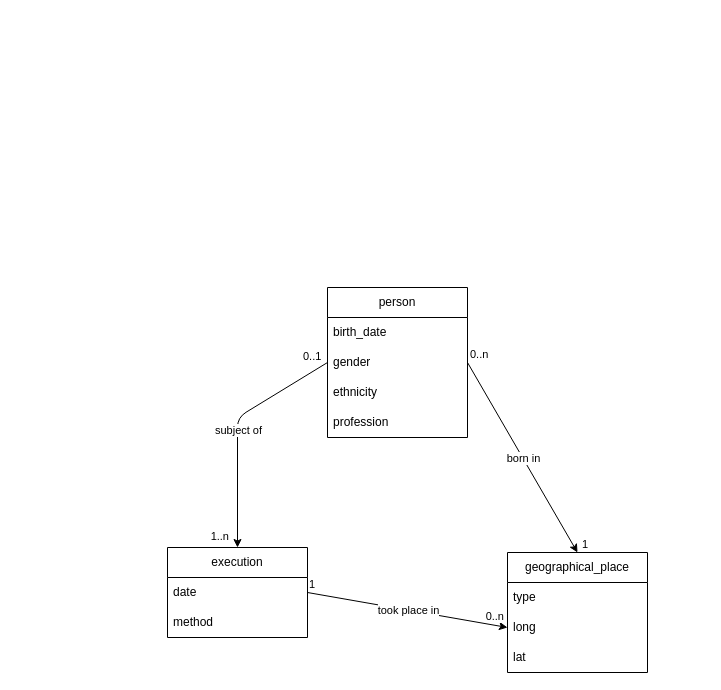
Earlier version of the draw.io diagram documentation/diagramme.drawio (felileg/HN1_unine_2026). Source tidied: cells renumbered, new cells numbered last; positions are measured from the earlier drawing's top-left corner, leaving out a move shared by most shapes. Both pictures are drawn from the tidied source at 100%, with x=0, y=0 at pixel (167, 287).
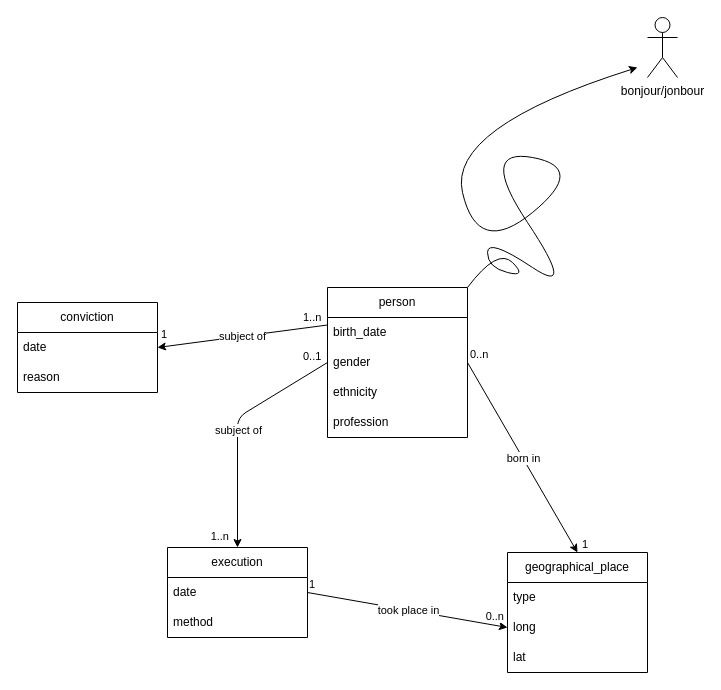
The same diagram, later.

Unchanged cells that the change refers to:
```xml
<mxCell id="6" value="person" style="swimlane;fontStyle=0;horizontal=1;startSize=30;whiteSpace=wrap;html=1;" parent="1" vertex="1">
  <mxGeometry x="160" width="140" height="150" as="geometry" />
</mxCell>
```

The edit, as a diff of the source:
```diff
@@
+    <mxCell id="26" value="conviction" style="swimlane;fontStyle=0;horizontal=1;startSize=30;whiteSpace=wrap;html=1;" parent="1" vertex="1">
+      <mxGeometry x="-150" y="15" width="140" height="90" as="geometry" />
+    </mxCell>
+    <mxCell id="27" value="date" style="text;strokeColor=none;fillColor=none;align=left;verticalAlign=middle;spacingLeft=4;spacingRight=4;overflow=hidden;points=[[0,0.5],[1,0.5]];portConstraint=eastwest;whiteSpace=wrap;html=1;" parent="26" vertex="1">
+      <mxGeometry y="30" width="140" height="30" as="geometry" />
+    </mxCell>
+    <mxCell id="28" value="reason" style="text;strokeColor=none;fillColor=none;align=left;verticalAlign=middle;spacingLeft=4;spacingRight=4;overflow=hidden;whiteSpace=wrap;html=1;" parent="26" vertex="1">
+      <mxGeometry y="60" width="140" height="30" as="geometry" />
+    </mxCell>
+    <mxCell id="29" value="bonjour/jonbour" style="shape=umlActor;verticalLabelPosition=bottom;verticalAlign=top;html=1;" parent="1" vertex="1">
+      <mxGeometry x="480" y="-270" width="30" height="60" as="geometry" />
+    </mxCell>
+    <mxCell id="30" style="curved=1;endArrow=classic;html=1;" parent="1" edge="1">
+      <mxGeometry relative="1" as="geometry">
+        <mxPoint x="300" as="sourcePoint" />
+        <mxPoint x="470" y="-220" as="targetPoint" />
+        <Array as="points">
+          <mxPoint x="330" y="-40" />
+          <mxPoint x="360" y="-10" />
+          <mxPoint x="320" y="-20" />
+          <mxPoint x="320" y="-50" />
+          <mxPoint x="410" y="10" />
+          <mxPoint x="310" y="-140" />
+          <mxPoint x="420" y="-120" />
+          <mxPoint x="310" y="-30" />
+          <mxPoint x="280" y="-160" />
+        </Array>
+      </mxGeometry>
+    </mxCell>
+    <mxCell id="31" style="endArrow=classic;html=1;exitX=0;exitY=0.25;exitDx=0;exitDy=0;entryX=1;entryY=0.5;entryDx=0;entryDy=0;" parent="1" edge="1" source="6" target="27">
+      <mxGeometry relative="1" as="geometry" />
+    </mxCell>
+    <mxCell id="32" value="subject of" style="edgeLabel;html=1;align=center;verticalAlign=middle;" parent="31" vertex="1">
+      <mxGeometry relative="1" as="geometry" />
+    </mxCell>
+    <mxCell id="33" value="1..n" style="edgeLabel;html=1;align=left;verticalAlign=bottom;" parent="31" vertex="1">
+      <mxGeometry x="-1" relative="1" as="geometry">
+        <mxPoint x="-26" as="offset" />
+      </mxGeometry>
+    </mxCell>
+    <mxCell id="34" value="1" style="edgeLabel;html=1;align=right;verticalAlign=bottom;" parent="31" vertex="1">
+      <mxGeometry x="1" relative="1" as="geometry">
+        <mxPoint x="10" y="-5" as="offset" />
+      </mxGeometry>
+    </mxCell>
```
